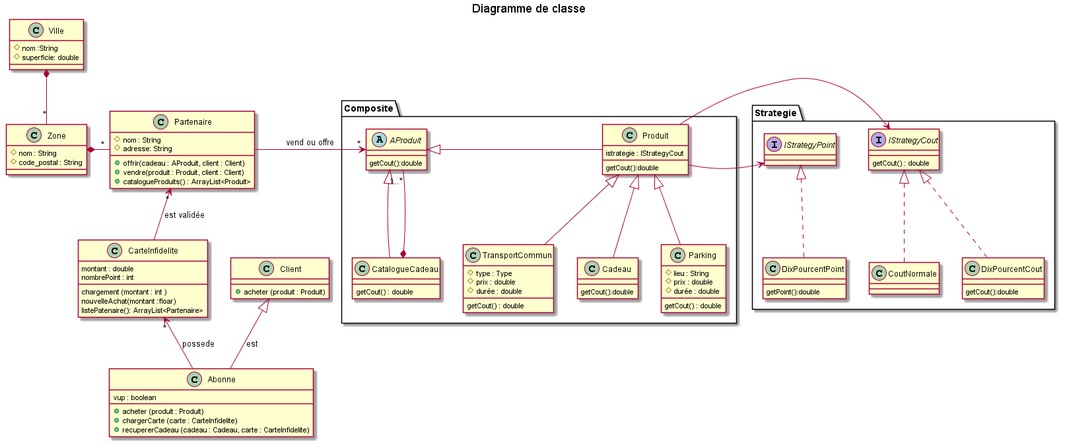
ZeroAbsolue/infidelite keeps this PlantUML diagram as out/Diagramme/Readme.png. Above is the earlier version.
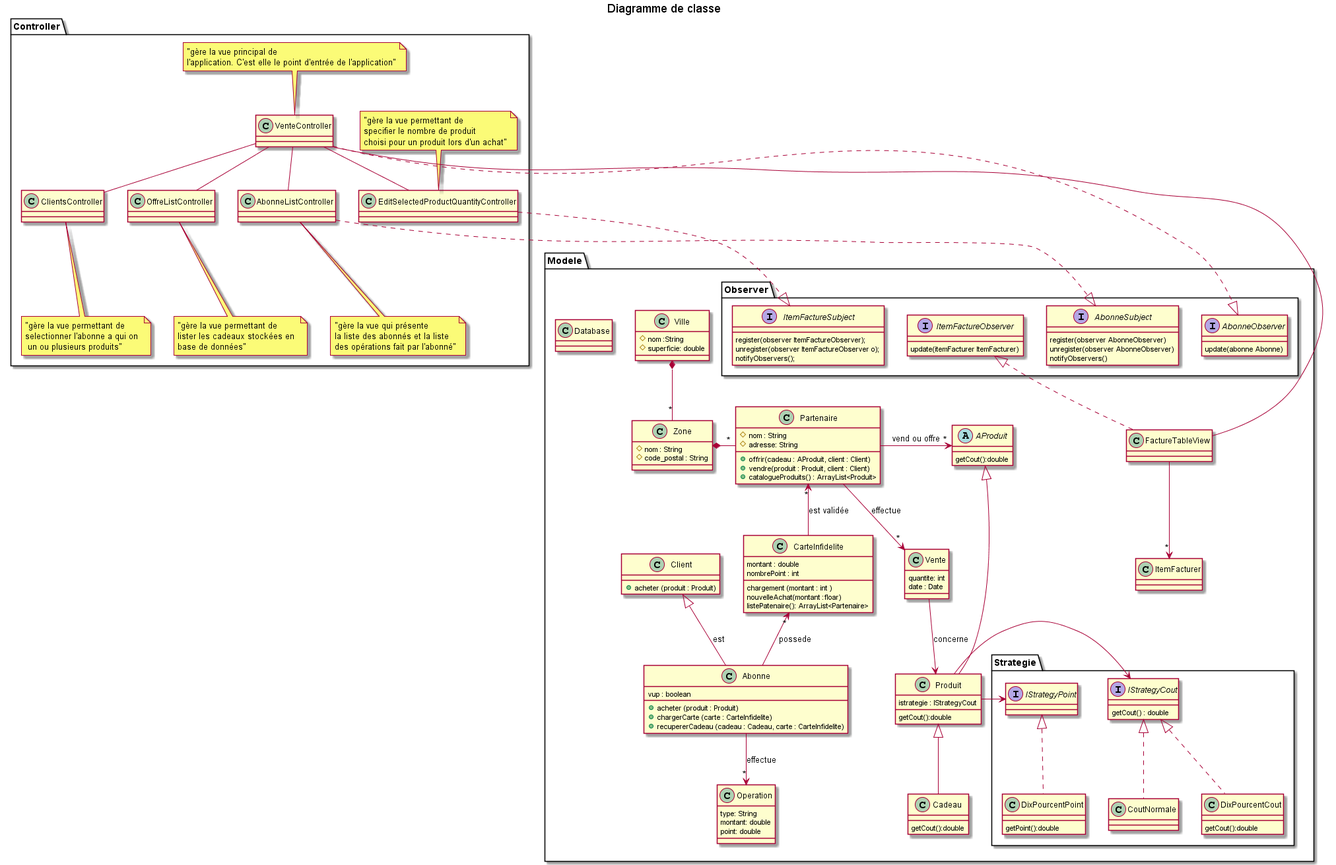
The same diagram one commit later.

Commit message:
Mise a jour diagramme de classe

What changed in the source:
```diff
@@ -1,43 +1,44 @@
 @startuml
 title Diagramme de classe
 
-class Partenaire{
-    # nom : String
-    # adresse: String
-    + offrir(cadeau : AProduit, client : Client)
-    + vendre(produit : Produit, client : Client)
-    + catalogueProduits() : ArrayList<Produit>
-}
+package Modele{
 
-class Zone{
-    # nom : String
-    # code_postal : String
-}
+    class Partenaire{
+        # nom : String
+        # adresse: String
+        + offrir(cadeau : AProduit, client : Client)
+        + vendre(produit : Produit, client : Client)
+        + catalogueProduits() : ArrayList<Produit>
+    }
 
-class Abonne{
-    vup : boolean
-    + acheter (produit : Produit)
-    + chargerCarte (carte : CarteInfidelite)
-    + recupererCadeau (cadeau : Cadeau, carte : CarteInfidelite)
-}
+    class Zone{
+        # nom : String
+        # code_postal : String
+    }
 
-class Client{
-    + acheter (produit : Produit)
-}
+    class Abonne{
+        vup : boolean
+        + acheter (produit : Produit)
+        + chargerCarte (carte : CarteInfidelite)
+        + recupererCadeau (cadeau : Cadeau, carte : CarteInfidelite)
+    }
 
-class CarteInfidelite{
-    montant : double
-    nombrePoint : int
-    chargement (montant : int )
-    nouvelleAchat(montant :floar)
-    listePatenaire(): ArrayList<Partenaire>
-}
-class Ville{
-    # nom :String
-    # superficie: double
-}
+    class Client{
+        + acheter (produit : Produit)
+    }
 
-package Composite{
+    class CarteInfidelite{
+        montant : double
+        nombrePoint : int
+        chargement (montant : int )
+        nouvelleAchat(montant :floar)
+        listePatenaire(): ArrayList<Partenaire>
+    }
+    class Ville{
+        # nom :String
+        # superficie: double
+    }
+
     abstract  AProduit{
         getCout():double
     }
@@ -45,60 +46,135 @@
         istrategie : IStrategyCout
         getCout():double
     }
-    class CatalogueCadeau{
-        getCout() : double
-    }
-    class Parking{
-        #lieu : String
-        #prix : double
-#durée : double
-        getCout() : double
-    }
-    class TransportCommun{
-        #type : Type
-        #prix : double
-#durée : double
-        getCout() : double
-    }
+
     class Cadeau{
         getCout():double
     }
     Produit -left-|> AProduit
-    Parking -up-|> Produit
-    TransportCommun -up-|> Produit
     Cadeau -up-|> Produit
-    CatalogueCadeau -up-|> AProduit
-    CatalogueCadeau *-up- "1..*" AProduit
+
+
+    package Strategie{
+        class CoutNormale
+        class DixPourcentPoint{
+            getPoint():double
+        }
+        class DixPourcentCout{
+            getCout():double
+        }
+        interface IStrategyCout{
+            getCout() : double
+        }
+        interface IStrategyPoint
+        CoutNormale .up.|> IStrategyCout
+        DixPourcentPoint .up.|> IStrategyPoint
+        DixPourcentCout .up.|> IStrategyCout
+    }
+
+    package Observer{
+        interface AbonneObserver{
+            update(abonne Abonne)
+        }
+
+        interface AbonneSubject{
+            register(observer AbonneObserver)
+            unregister(observer AbonneObserver)
+            notifyObservers()
+
+        }
+
+        interface ItemFactureObserver{
+            update(itemFacturer ItemFacturer)
+        }
+
+        interface ItemFactureSubject {
+            register(observer ItemFactureObserver);
+            unregister(observer ItemFactureObserver o);
+            notifyObservers();
+        }
+
+
+
+    }
+
+    class ItemFacturer{
+
+    }
+
+    class FactureTableView implements ItemFactureObserver{
+
+    }
+
+    FactureTableView --> "*"ItemFacturer
+
+    class Vente{
+        quantite: int
+        date : Date
+    }
+
+    class Operation{
+        type: String
+        montant: double
+        point: double
+    }
+
+    class Database{
+
+    }
+
+    Abonne -up-> "*"CarteInfidelite : possede
+    Abonne -up-|> Client : est
+
+    Ville *-- "*" Zone
+    Zone *-right- "*" Partenaire
+    Partenaire -> "*" AProduit : vend ou offre
+    Produit -> IStrategyCout
+    Produit -> IStrategyPoint
+    CarteInfidelite -up-> "*"Partenaire : "est validée"
+    Partenaire --> "*" Vente : effectue
+    Abonne --> "*" Operation : effectue
+    Vente --> Produit: concerne
 
 }
 
+package Controller{
+    class AbonneListController{
 
-package Strategie{
-    class CoutNormale
-    class DixPourcentPoint{
-        getPoint():double
     }
-    class DixPourcentCout{
-        getCout():double
-    }
-    interface IStrategyCout{
-        getCout() : double
-    }
-    interface IStrategyPoint
-    CoutNormale .up.|> IStrategyCout
-    DixPourcentPoint .up.|> IStrategyPoint
-    DixPourcentCout .up.|> IStrategyCout
-}
-
-Abonne -up-> "*"CarteInfidelite : possede
-Abonne -up-|> Client : est
-
-Ville *-- "*" Zone
-Zone *-right- "*" Partenaire
-Partenaire -> "*" AProduit : vend ou offre
-Produit -> IStrategyCout
-Produit -> IStrategyPoint
-CarteInfidelite -up-> "*"Partenaire : "est validée"
+    note bottom : "gère la vue qui présente \nla liste des abonnés et la liste\ndes opérations fait par l'abonné"
 
 
+    class ClientsController{
+
+    }
+    note bottom: "gère la vue permettant de \nselectionner l'abonne a qui on \n un ou plusieurs produits"
+
+
+    class EditSelectedProductQuantityController{
+
+    }
+    note top: "gère la vue permettant de \nspecifier le nombre de produit \nchoisi pour un produit lors d'un achat"
+
+
+    class OffreListController{
+
+    }
+    note bottom : "gère la vue permettant de \nlister les cadeaux stockées en \nbase de données"
+
+
+    class VenteController{
+
+    }
+    note top: "gère la vue principal de \nl'application. C'est elle le point d'entrée de l'application"
+
+    VenteController .down.|>AbonneObserver
+    EditSelectedProductQuantityController .down.|>ItemFactureSubject
+    AbonneListController .down.|>AbonneSubject
+    VenteController -down- ClientsController
+    VenteController -down- OffreListController
+    VenteController -down- AbonneListController
+    VenteController -down- EditSelectedProductQuantityController
+    VenteController -right- FactureTableView
+
+}
 @enduml
```
